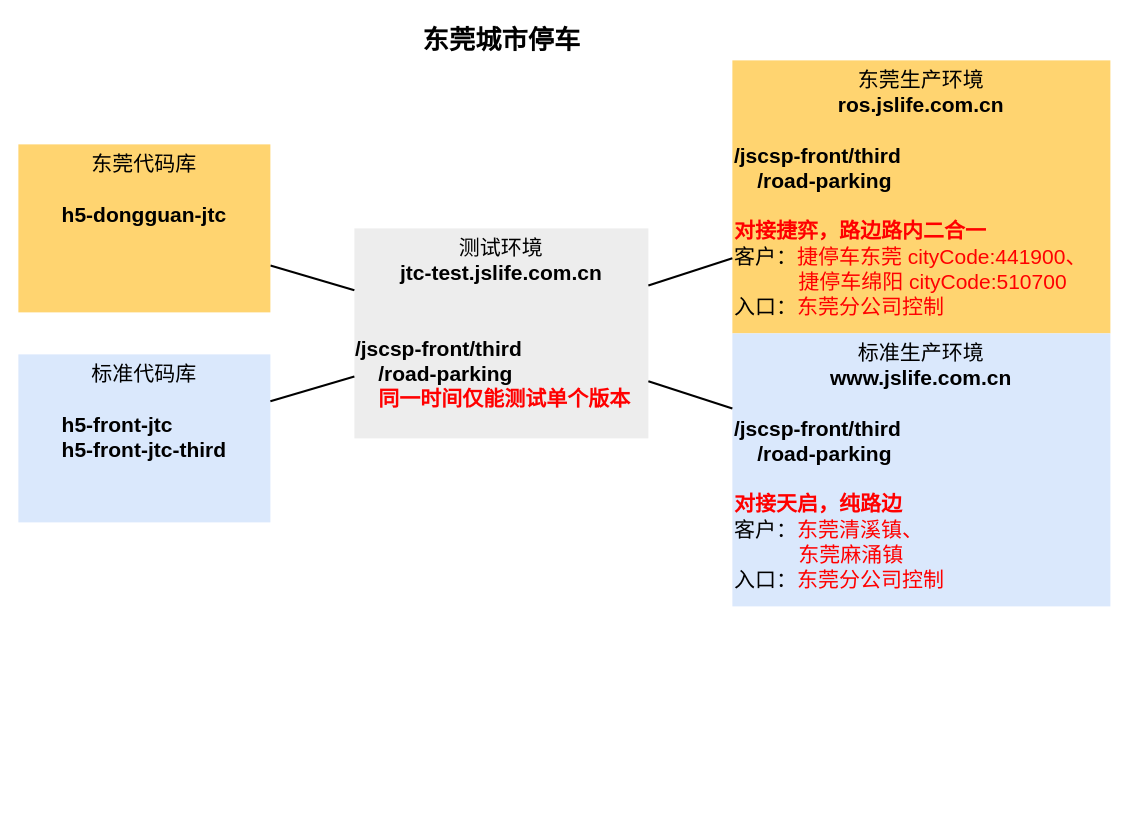
Above: page "东莞区域城市停车项目梳理" (1 of 2) of dongguan-city-parking.drawio in zhaojiami/zhaojiami.github.io (draw.io), before the change. Source tidied: cells renumbered, new cells numbered last; positions are measured from the earlier drawing's top-left corner, leaving out a move shared by most shapes. Both pictures are drawn from the tidied source at 105%, with x=0, y=0 at pixel (18, 18).
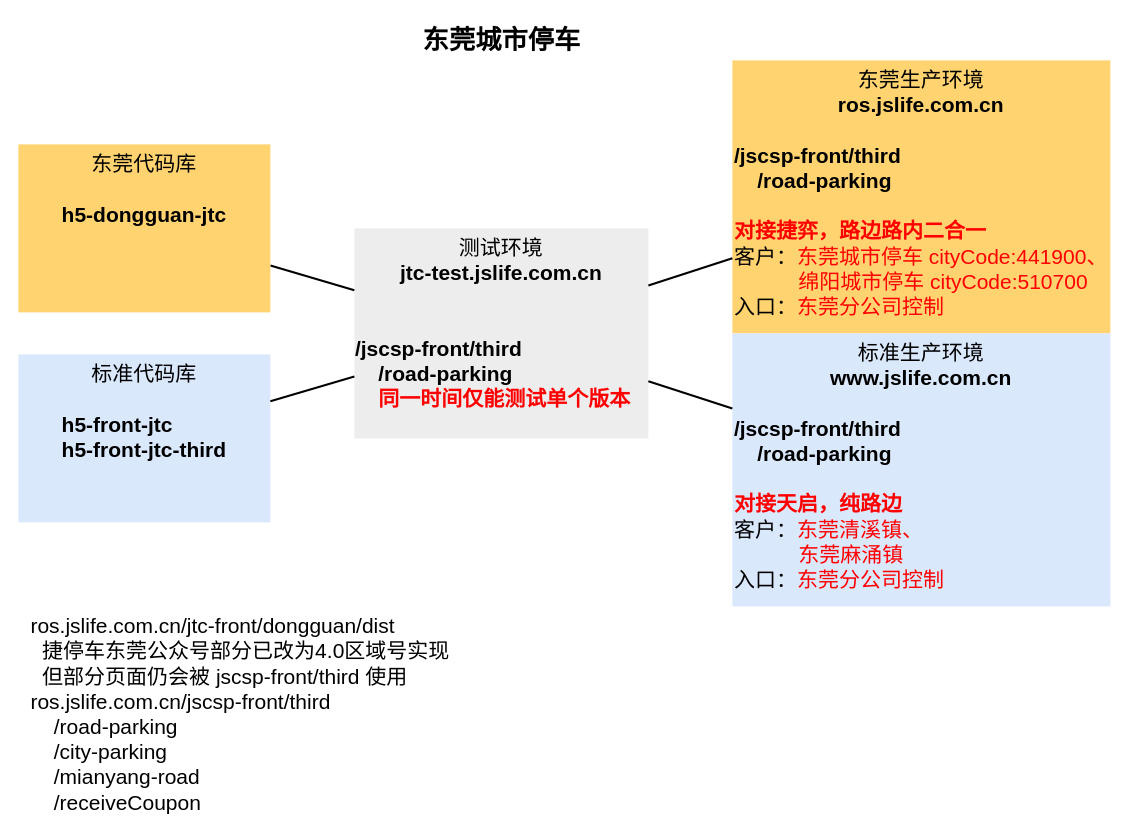
Above is the later version.

The edit, as a diff of the source:
```diff
@@
 <mxGraphModel>
   <root>
     <mxCell id="0" />
     <mxCell id="1" parent="0" />
-    <mxCell id="2" value="&lt;div style=&quot;text-align: center&quot;&gt;&lt;span&gt;东莞生产环境&lt;/span&gt;&lt;/div&gt;&lt;b&gt;&lt;div style=&quot;text-align: center&quot;&gt;&lt;b&gt;ros.jslife.com.cn&lt;/b&gt;&lt;/div&gt;&lt;/b&gt;&lt;b&gt;&amp;nbsp; &amp;nbsp; &amp;nbsp; &amp;nbsp; &amp;nbsp; &amp;nbsp; &amp;nbsp; &amp;nbsp; &amp;nbsp; &amp;nbsp; &amp;nbsp; &amp;nbsp; &amp;nbsp; &amp;nbsp; &amp;nbsp; &amp;nbsp; &amp;nbsp; &amp;nbsp; &amp;nbsp; &amp;nbsp; &amp;nbsp; &amp;nbsp; &amp;nbsp; &amp;nbsp; &amp;nbsp; &amp;nbsp; &amp;nbsp; &amp;nbsp; &amp;nbsp; &amp;nbsp; &amp;nbsp; &amp;nbsp;&amp;nbsp;&lt;/b&gt;&lt;br&gt;&lt;div style=&quot;font-weight: bold&quot;&gt;&lt;div style=&quot;font-weight: 400&quot;&gt;&lt;b&gt;/jscsp-front/third&lt;/b&gt;&lt;/div&gt;&lt;div style=&quot;font-weight: 400&quot;&gt;&lt;b&gt;&amp;nbsp; &amp;nbsp; /road-parking&lt;/b&gt;&lt;/div&gt;&lt;/div&gt;&lt;div style=&quot;font-weight: bold&quot;&gt;&lt;b&gt;&lt;font color=&quot;#ff0000&quot;&gt;&lt;br&gt;&lt;/font&gt;&lt;/b&gt;&lt;/div&gt;&lt;div style=&quot;font-weight: bold&quot;&gt;&lt;b&gt;&lt;font color=&quot;#ff0000&quot;&gt;对接捷弈，路边路内二合一&lt;/font&gt;&lt;/b&gt;&lt;br&gt;&lt;/div&gt;&lt;div&gt;客户：&lt;font color=&quot;#ff0000&quot;&gt;捷停车东莞 cityCode:441900、&lt;/font&gt;&lt;/div&gt;&lt;div&gt;&lt;font color=&quot;#ff0000&quot;&gt;&amp;nbsp; &amp;nbsp; &amp;nbsp; &amp;nbsp; &amp;nbsp; &amp;nbsp;捷停车绵阳 cityCode:510700&lt;/font&gt;&lt;/div&gt;&lt;div&gt;入口：&lt;font color=&quot;#ff0000&quot;&gt;东莞分公司控制&lt;/font&gt;&lt;/div&gt;" style="whiteSpace=wrap;html=1;fontSize=20;strokeColor=none;verticalAlign=top;fillColor=#FFD470;align=left;" parent="1" vertex="1">
+    <mxCell id="2" value="&lt;div style=&quot;text-align: center&quot;&gt;&lt;span&gt;东莞生产环境&lt;/span&gt;&lt;/div&gt;&lt;b&gt;&lt;div style=&quot;text-align: center&quot;&gt;&lt;b&gt;ros.jslife.com.cn&lt;/b&gt;&lt;/div&gt;&lt;/b&gt;&lt;b&gt;&amp;nbsp; &amp;nbsp; &amp;nbsp; &amp;nbsp; &amp;nbsp; &amp;nbsp; &amp;nbsp; &amp;nbsp; &amp;nbsp; &amp;nbsp; &amp;nbsp; &amp;nbsp; &amp;nbsp; &amp;nbsp; &amp;nbsp; &amp;nbsp; &amp;nbsp; &amp;nbsp; &amp;nbsp; &amp;nbsp; &amp;nbsp; &amp;nbsp; &amp;nbsp; &amp;nbsp; &amp;nbsp; &amp;nbsp; &amp;nbsp; &amp;nbsp; &amp;nbsp; &amp;nbsp; &amp;nbsp; &amp;nbsp;&amp;nbsp;&lt;/b&gt;&lt;br&gt;&lt;div style=&quot;font-weight: bold&quot;&gt;&lt;div style=&quot;font-weight: 400&quot;&gt;&lt;b&gt;/jscsp-front/third&lt;/b&gt;&lt;/div&gt;&lt;div style=&quot;font-weight: 400&quot;&gt;&lt;b&gt;&amp;nbsp; &amp;nbsp; /road-parking&lt;/b&gt;&lt;/div&gt;&lt;/div&gt;&lt;div style=&quot;font-weight: bold&quot;&gt;&lt;b&gt;&lt;font color=&quot;#ff0000&quot;&gt;&lt;br&gt;&lt;/font&gt;&lt;/b&gt;&lt;/div&gt;&lt;div style=&quot;font-weight: bold&quot;&gt;&lt;b&gt;&lt;font color=&quot;#ff0000&quot;&gt;对接捷弈，路边路内二合一&lt;/font&gt;&lt;/b&gt;&lt;br&gt;&lt;/div&gt;&lt;div&gt;客户：&lt;font color=&quot;#ff0000&quot;&gt;东莞城市停车 cityCode:441900、&lt;/font&gt;&lt;/div&gt;&lt;div&gt;&lt;font color=&quot;#ff0000&quot;&gt;&amp;nbsp; &amp;nbsp; &amp;nbsp; &amp;nbsp; &amp;nbsp; &amp;nbsp;绵阳城市停车 cityCode:510700&lt;/font&gt;&lt;/div&gt;&lt;div&gt;入口：&lt;font color=&quot;#ff0000&quot;&gt;东莞分公司控制&lt;/font&gt;&lt;/div&gt;" style="whiteSpace=wrap;html=1;fontSize=20;strokeColor=none;verticalAlign=top;fillColor=#FFD470;align=left;" parent="1" vertex="1">
       <mxGeometry x="680" y="40" width="360" height="260" as="geometry" />
     </mxCell>
     <mxCell id="3" value="&lt;div style=&quot;text-align: center&quot;&gt;&lt;span&gt;标准生产环境&lt;/span&gt;&lt;/div&gt;&lt;b&gt;&lt;div style=&quot;text-align: center&quot;&gt;&lt;b&gt;www.jslife.com.cn&lt;/b&gt;&lt;/div&gt;&amp;nbsp; &amp;nbsp; &amp;nbsp; &amp;nbsp; &amp;nbsp; &amp;nbsp; &amp;nbsp; &amp;nbsp; &amp;nbsp; &amp;nbsp; &amp;nbsp; &amp;nbsp; &amp;nbsp; &amp;nbsp; &amp;nbsp; &amp;nbsp; &amp;nbsp; &amp;nbsp; &amp;nbsp; &amp;nbsp; &amp;nbsp; &amp;nbsp; &amp;nbsp; &amp;nbsp; &amp;nbsp; &amp;nbsp; &amp;nbsp; &amp;nbsp; &amp;nbsp; &amp;nbsp; &amp;nbsp; &amp;nbsp;&amp;nbsp;&lt;br&gt;&lt;/b&gt;&lt;div style=&quot;font-weight: bold&quot;&gt;&lt;div style=&quot;font-weight: 400&quot;&gt;&lt;b&gt;/jscsp-front/third&lt;/b&gt;&lt;/div&gt;&lt;div style=&quot;font-weight: 400&quot;&gt;&lt;b&gt;&amp;nbsp; &amp;nbsp; /road-parking&lt;/b&gt;&lt;/div&gt;&lt;/div&gt;&lt;div style=&quot;font-weight: bold&quot;&gt;&lt;b&gt;&lt;font color=&quot;#ff0000&quot;&gt;&lt;br&gt;&lt;/font&gt;&lt;/b&gt;&lt;/div&gt;&lt;div style=&quot;font-weight: bold&quot;&gt;&lt;b&gt;&lt;font color=&quot;#ff0000&quot;&gt;对接天启，纯路边&lt;/font&gt;&lt;/b&gt;&lt;/div&gt;&lt;div&gt;客户：&lt;font color=&quot;#ff0000&quot;&gt;东莞清溪镇、&lt;/font&gt;&lt;/div&gt;&lt;div&gt;&lt;font color=&quot;#ff0000&quot;&gt;&amp;nbsp; &amp;nbsp; &amp;nbsp; &amp;nbsp; &amp;nbsp; &amp;nbsp;东莞麻涌镇&lt;/font&gt;&lt;/div&gt;&lt;div&gt;入口：&lt;font color=&quot;#ff0000&quot;&gt;东莞分公司控制&lt;/font&gt;&lt;/div&gt;" style="whiteSpace=wrap;html=1;fontSize=20;strokeColor=none;verticalAlign=top;fillColor=#DAE8FC;align=left;" parent="1" vertex="1">
       <mxGeometry x="680" y="300" width="360" height="260" as="geometry" />
     </mxCell>
     <mxCell id="4" value="测试环境&lt;br&gt;&lt;b&gt;jtc-test.jslife.com.cn&lt;/b&gt;&lt;br&gt;&amp;nbsp; &amp;nbsp; &amp;nbsp; &amp;nbsp; &amp;nbsp; &amp;nbsp; &amp;nbsp; &amp;nbsp; &amp;nbsp; &amp;nbsp; &amp;nbsp; &amp;nbsp; &amp;nbsp; &amp;nbsp; &amp;nbsp; &amp;nbsp; &amp;nbsp; &amp;nbsp; &amp;nbsp; &amp;nbsp; &amp;nbsp; &amp;nbsp; &amp;nbsp; &amp;nbsp; &amp;nbsp; &amp;nbsp; &amp;nbsp; &amp;nbsp; &amp;nbsp;&lt;br&gt;&lt;div style=&quot;text-align: left&quot;&gt;&lt;span&gt;&lt;b&gt;/jscsp-front/third&lt;/b&gt;&lt;/span&gt;&lt;/div&gt;&lt;div style=&quot;text-align: left&quot;&gt;&lt;span&gt;&lt;b&gt;&amp;nbsp; &amp;nbsp; /road-parking&lt;/b&gt;&lt;/span&gt;&lt;/div&gt;&lt;div style=&quot;text-align: left&quot;&gt;&lt;b&gt;&amp;nbsp; &amp;nbsp; &lt;font color=&quot;#ff0000&quot;&gt;同一时间仅能测试单个版本&lt;/font&gt;&lt;/b&gt;&lt;/div&gt;" style="whiteSpace=wrap;html=1;fillColor=#EDEDED;fontSize=20;strokeColor=none;verticalAlign=top;" parent="1" vertex="1">
       <mxGeometry x="320" y="200" width="280" height="200" as="geometry" />
     </mxCell>
     <mxCell id="5" value="标准代码库&lt;br&gt;&lt;br&gt;&lt;div style=&quot;text-align: left&quot;&gt;&lt;b&gt;h5-front-jtc&lt;/b&gt;&lt;/div&gt;&lt;b&gt;&lt;div style=&quot;text-align: left&quot;&gt;&lt;b&gt;h5-front-jtc-third&lt;/b&gt;&lt;/div&gt;&lt;/b&gt;" style="whiteSpace=wrap;html=1;fillColor=#dae8fc;fontSize=20;strokeColor=none;verticalAlign=top;" parent="1" vertex="1">
       <mxGeometry y="320" width="240" height="160" as="geometry" />
     </mxCell>
     <mxCell id="6" style="rounded=0;jettySize=auto;html=1;fontSize=14;strokeWidth=2;endFill=0;endArrow=none;endSize=10;startSize=10;" parent="1" edge="1" source="7" target="4">
       <mxGeometry relative="1" as="geometry" />
     </mxCell>
     <mxCell id="7" value="东莞代码库&lt;br&gt;&lt;br&gt;&lt;div style=&quot;text-align: left&quot;&gt;&lt;b&gt;h5-dongguan-jtc&lt;/b&gt;&lt;/div&gt;" style="whiteSpace=wrap;html=1;fillColor=#FFD470;gradientColor=none;fontSize=20;strokeColor=none;verticalAlign=top;" parent="1" vertex="1">
       <mxGeometry y="120" width="240" height="160" as="geometry" />
     </mxCell>
     <mxCell id="8" style="edgeStyle=none;rounded=0;html=1;startSize=10;endSize=10;jettySize=auto;fontSize=14;endArrow=none;endFill=0;strokeWidth=2;" parent="1" edge="1" source="5" target="4">
       <mxGeometry relative="1" as="geometry" />
     </mxCell>
     <mxCell id="9" style="edgeStyle=none;rounded=0;html=1;startSize=10;endSize=10;jettySize=auto;orthogonalLoop=1;fontSize=14;endArrow=none;endFill=0;strokeWidth=2;" parent="1" edge="1">
       <mxGeometry relative="1" as="geometry">
         <mxPoint x="759" y="365.9" as="targetPoint" />
       </mxGeometry>
     </mxCell>
     <mxCell id="10" style="edgeStyle=orthogonalEdgeStyle;rounded=0;orthogonalLoop=1;jettySize=auto;html=1;" parent="1" edge="1">
       <mxGeometry relative="1" as="geometry">
         <mxPoint x="679" y="202.5" as="targetPoint" />
       </mxGeometry>
     </mxCell>
     <mxCell id="11" style="edgeStyle=none;rounded=0;html=1;startSize=10;endSize=10;jettySize=auto;fontSize=14;endArrow=none;endFill=0;strokeWidth=2;" parent="1" edge="1" source="4" target="2">
       <mxGeometry relative="1" as="geometry" />
     </mxCell>
     <mxCell id="12" style="edgeStyle=none;rounded=0;html=1;startSize=10;endSize=10;jettySize=auto;fontSize=14;endArrow=none;endFill=0;strokeWidth=2;" parent="1" edge="1" source="4" target="3">
       <mxGeometry relative="1" as="geometry" />
     </mxCell>
     <mxCell id="13" value="东莞城市停车" style="text;strokeColor=none;fillColor=none;html=1;fontSize=25;fontStyle=1;verticalAlign=middle;align=center;" parent="1" vertex="1">
       <mxGeometry x="29.5" width="861" height="40" as="geometry" />
     </mxCell>
+    <mxCell id="14" value="ros.jslife.com.cn/jtc-front/dongguan/dist&lt;br&gt;&amp;nbsp; 捷停车东莞公众号部分已改为4.0区域号实现&lt;br&gt;&amp;nbsp; 但部分页面仍会被 jscsp-front/third 使用&lt;br&gt;ros.jslife.com.cn/jscsp-front/third&lt;br&gt;&amp;nbsp; &amp;nbsp; /road-parking&lt;br&gt;&amp;nbsp; &amp;nbsp; /city-parking&lt;br&gt;&amp;nbsp; &amp;nbsp; /mianyang-road&lt;br&gt;&amp;nbsp; &amp;nbsp; /receiveCoupon" style="text;html=1;strokeColor=none;fillColor=none;align=left;verticalAlign=top;whiteSpace=wrap;rounded=0;fontSize=20;" parent="1" vertex="1">
+      <mxGeometry x="10" y="560" width="720" height="200" as="geometry" />
+    </mxCell>
   </root>
 </mxGraphModel>
```
